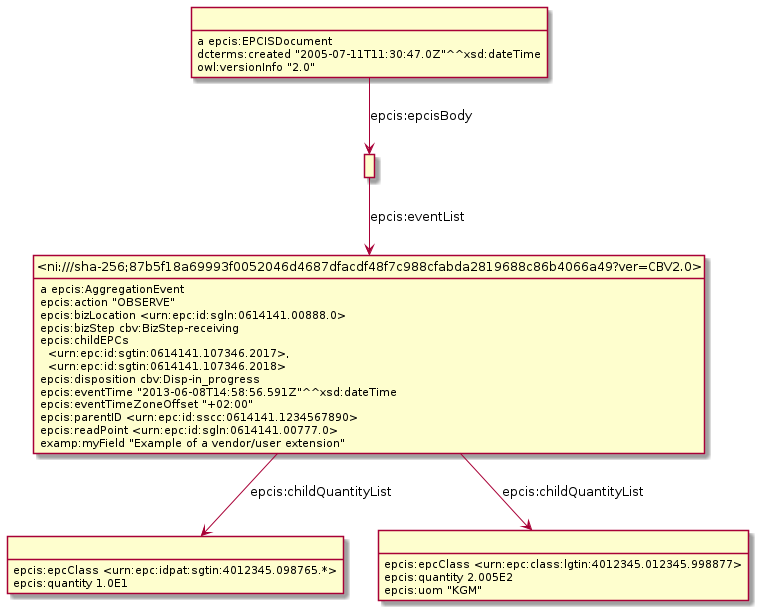
gs1/EPCIS keeps this PlantUML diagram as Diagrams/Example_9.6.3-AggregationEvent.png. Above is the earlier version.
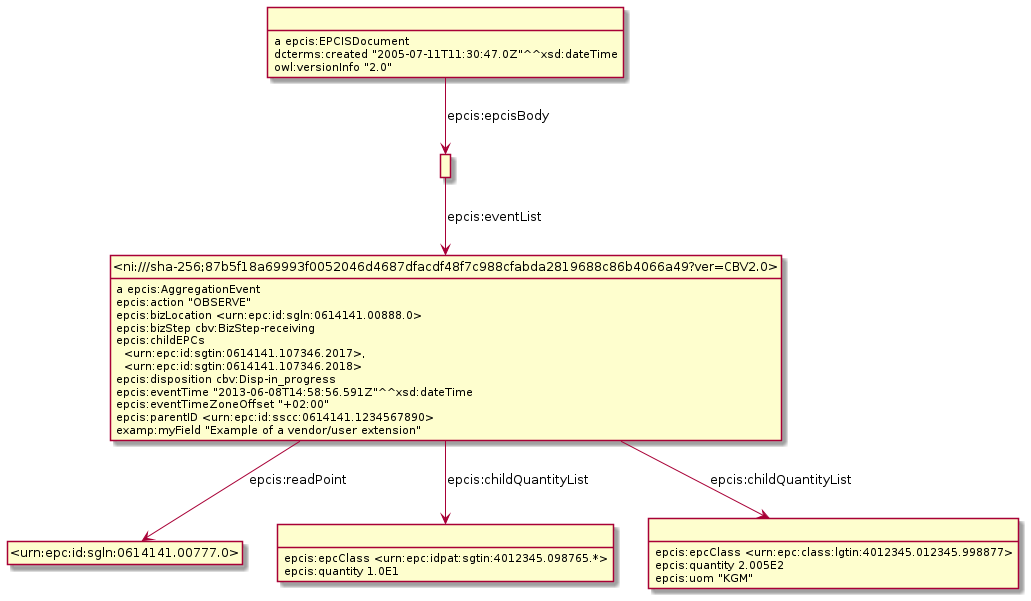
The same file after the commit.

Change to the diagram source:
```diff
@@ -3,19 +3,20 @@
 hide empty attributes
 hide circle
 skinparam classAttributeIconSize 0
-class _r1631889693r0_ as " "
-_r1631889693r0_ : epcis:epcClass <urn:epc:idpat:sgtin:4012345.098765.*>
-_r1631889693r0_ : epcis:quantity 1.0E1
-class _r1631889693r3_ as " "
+class _r1632232132r2_ as " "
+_r1632232132r2_ : a epcis:EPCISDocument
+class _r1632232132r3_ as " "
+_r1632232132r2_ -down-> _r1632232132r3_ : epcis:epcisBody
+_r1632232132r2_ : dcterms:created "2005-07-11T11:30:47.0Z"^^xsd:dateTime
+_r1632232132r2_ : owl:versionInfo "2.0"
 class _ni_sha_256_87b5f18a69993f0052046d4687dfacdf48f7c988cfabda2819688c86b4066a49_ver_CBV2_0_ as "<ni:///sha-256;87b5f18a69993f0052046d4687dfacdf48f7c988cfabda2819688c86b4066a49?ver=CBV2.0>"
-_r1631889693r3_ -down-> _ni_sha_256_87b5f18a69993f0052046d4687dfacdf48f7c988cfabda2819688c86b4066a49_ver_CBV2_0_ : epcis:eventList
-class _r1631889693r1_ as " "
-_r1631889693r1_ : epcis:epcClass <urn:epc:class:lgtin:4012345.012345.998877>
-_r1631889693r1_ : epcis:quantity 2.005E2
-_r1631889693r1_ : epcis:uom "KGM"
 _ni_sha_256_87b5f18a69993f0052046d4687dfacdf48f7c988cfabda2819688c86b4066a49_ver_CBV2_0_ : a epcis:AggregationEvent
-_ni_sha_256_87b5f18a69993f0052046d4687dfacdf48f7c988cfabda2819688c86b4066a49_ver_CBV2_0_ -down-> _r1631889693r0_ : epcis:childQuantityList
-_ni_sha_256_87b5f18a69993f0052046d4687dfacdf48f7c988cfabda2819688c86b4066a49_ver_CBV2_0_ -down-> _r1631889693r1_ : epcis:childQuantityList
+class _urn_epc_id_sgln_0614141_00777_0_ as "<urn:epc:id:sgln:0614141.00777.0>"
+_ni_sha_256_87b5f18a69993f0052046d4687dfacdf48f7c988cfabda2819688c86b4066a49_ver_CBV2_0_ -down-> _urn_epc_id_sgln_0614141_00777_0_ : epcis:readPoint
+class _r1632232132r0_ as " "
+_ni_sha_256_87b5f18a69993f0052046d4687dfacdf48f7c988cfabda2819688c86b4066a49_ver_CBV2_0_ -down-> _r1632232132r0_ : epcis:childQuantityList
+class _r1632232132r1_ as " "
+_ni_sha_256_87b5f18a69993f0052046d4687dfacdf48f7c988cfabda2819688c86b4066a49_ver_CBV2_0_ -down-> _r1632232132r1_ : epcis:childQuantityList
 _ni_sha_256_87b5f18a69993f0052046d4687dfacdf48f7c988cfabda2819688c86b4066a49_ver_CBV2_0_ : epcis:action "OBSERVE"
 _ni_sha_256_87b5f18a69993f0052046d4687dfacdf48f7c988cfabda2819688c86b4066a49_ver_CBV2_0_ : epcis:bizLocation <urn:epc:id:sgln:0614141.00888.0>
 _ni_sha_256_87b5f18a69993f0052046d4687dfacdf48f7c988cfabda2819688c86b4066a49_ver_CBV2_0_ : epcis:bizStep cbv:BizStep-receiving
@@ -24,11 +25,11 @@
 _ni_sha_256_87b5f18a69993f0052046d4687dfacdf48f7c988cfabda2819688c86b4066a49_ver_CBV2_0_ : epcis:eventTime "2013-06-08T14:58:56.591Z"^^xsd:dateTime
 _ni_sha_256_87b5f18a69993f0052046d4687dfacdf48f7c988cfabda2819688c86b4066a49_ver_CBV2_0_ : epcis:eventTimeZoneOffset "+02:00"
 _ni_sha_256_87b5f18a69993f0052046d4687dfacdf48f7c988cfabda2819688c86b4066a49_ver_CBV2_0_ : epcis:parentID <urn:epc:id:sscc:0614141.1234567890>
-_ni_sha_256_87b5f18a69993f0052046d4687dfacdf48f7c988cfabda2819688c86b4066a49_ver_CBV2_0_ : epcis:readPoint <urn:epc:id:sgln:0614141.00777.0>
 _ni_sha_256_87b5f18a69993f0052046d4687dfacdf48f7c988cfabda2819688c86b4066a49_ver_CBV2_0_ : examp:myField "Example of a vendor/user extension"
-class _r1631889693r2_ as " "
-_r1631889693r2_ : a epcis:EPCISDocument
-_r1631889693r2_ -down-> _r1631889693r3_ : epcis:epcisBody
-_r1631889693r2_ : dcterms:created "2005-07-11T11:30:47.0Z"^^xsd:dateTime
-_r1631889693r2_ : owl:versionInfo "2.0"
+_r1632232132r0_ : epcis:epcClass <urn:epc:idpat:sgtin:4012345.098765.*>
+_r1632232132r0_ : epcis:quantity 1.0E1
+_r1632232132r3_ -down-> _ni_sha_256_87b5f18a69993f0052046d4687dfacdf48f7c988cfabda2819688c86b4066a49_ver_CBV2_0_ : epcis:eventList
+_r1632232132r1_ : epcis:epcClass <urn:epc:class:lgtin:4012345.012345.998877>
+_r1632232132r1_ : epcis:quantity 2.005E2
+_r1632232132r1_ : epcis:uom "KGM"
 @enduml
```
